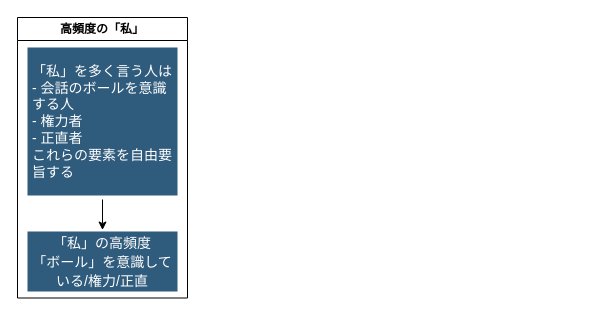
The draw.io diagram psy/read.drawio in minegishirei/draw_v1, before the edit. Source tidied: cells renumbered, new cells numbered last; positions are measured from the earlier drawing's top-left corner, leaving out a move shared by most shapes. Both pictures are drawn from the tidied source at 100%, with x=0, y=0 at pixel (17, 17).
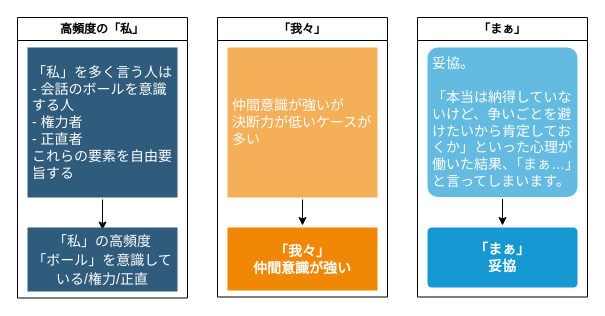
The same diagram, later.

Commit message (it also covers changes not shown here):
read.drawio を更新します

What changed in the source:
```diff
@@
 <mxGraphModel>
   <root>
     <mxCell id="0" />
     <mxCell id="1" parent="0" />
     <mxCell id="2" value="高頻度の「私」" style="swimlane;whiteSpace=wrap;html=1;" parent="1" vertex="1">
       <mxGeometry width="170" height="280.5" as="geometry" />
     </mxCell>
     <mxCell id="3" style="edgeStyle=orthogonalEdgeStyle;rounded=0;orthogonalLoop=1;jettySize=auto;html=1;entryX=0.5;entryY=0;entryDx=0;entryDy=0;" parent="2" edge="1">
       <mxGeometry relative="1" as="geometry">
         <mxPoint x="85" y="182" as="sourcePoint" />
         <mxPoint x="85" y="212.5" as="targetPoint" />
       </mxGeometry>
     </mxCell>
     <mxCell id="4" value="&lt;div style=&quot;border-color: var(--border-color);&quot;&gt;&lt;div style=&quot;border-color: var(--border-color);&quot;&gt;「私」を多く言う人は&lt;/div&gt;&lt;div style=&quot;border-color: var(--border-color);&quot;&gt;- 会話のボールを意識する人&lt;/div&gt;&lt;div style=&quot;border-color: var(--border-color);&quot;&gt;- 権力者&lt;/div&gt;&lt;div style=&quot;border-color: var(--border-color);&quot;&gt;- 正直者&lt;/div&gt;&lt;div style=&quot;border-color: var(--border-color);&quot;&gt;これらの要素を自由要旨する&lt;/div&gt;&lt;/div&gt;" style="rounded=1;whiteSpace=wrap;html=1;shadow=0;labelBackgroundColor=none;strokeColor=none;strokeWidth=3;fillColor=#2F5B7C;fontFamily=Helvetica;fontSize=14;fontColor=#FFFFFF;align=left;spacing=5;arcSize=0;perimeterSpacing=2;" parent="2" vertex="1">
-      <mxGeometry x="10" y="30" width="150" height="148" as="geometry" />
+      <mxGeometry x="10" y="30" width="150" height="150" as="geometry" />
     </mxCell>
     <mxCell id="5" value="&lt;span style=&quot;font-size: 14px; font-weight: 400;&quot;&gt;「私」の高頻度&lt;/span&gt;&lt;div&gt;&lt;span style=&quot;font-size: 14px; font-weight: 400;&quot;&gt;「ボール」を意識している/権力/正直&lt;/span&gt;&lt;br&gt;&lt;/div&gt;" style="rounded=1;whiteSpace=wrap;html=1;shadow=0;labelBackgroundColor=none;strokeColor=none;strokeWidth=3;fillColor=#2F5B7C;fontFamily=Helvetica;fontSize=16;fontColor=#FFFFFF;align=center;fontStyle=1;spacing=5;arcSize=0;perimeterSpacing=2;" parent="2" vertex="1">
-      <mxGeometry x="10" y="214" width="150" height="60" as="geometry" />
+      <mxGeometry x="10" y="210" width="150" height="64" as="geometry" />
     </mxCell>
+    <mxCell id="6" value="「我々」" style="swimlane;whiteSpace=wrap;html=1;" parent="1" vertex="1">
+      <mxGeometry x="200" width="170" height="279.5" as="geometry" />
+    </mxCell>
+    <mxCell id="7" value="&lt;div&gt;「我々」&lt;/div&gt;仲間意識が強い" style="rounded=1;whiteSpace=wrap;html=1;shadow=0;labelBackgroundColor=none;strokeColor=none;strokeWidth=3;fillColor=#F08705;fontFamily=Helvetica;fontSize=14;fontColor=#FFFFFF;align=center;spacing=5;fontStyle=1;arcSize=0;perimeterSpacing=2;" parent="6" vertex="1">
+      <mxGeometry x="10" y="210" width="150" height="63" as="geometry" />
+    </mxCell>
+    <mxCell id="8" style="edgeStyle=orthogonalEdgeStyle;rounded=0;jettySize=auto;html=1;" parent="6" edge="1" source="9" target="7">
+      <mxGeometry relative="1" as="geometry" />
+    </mxCell>
+    <mxCell id="9" value="仲間意識が強いが&lt;div&gt;決断力が低いケースが多い&lt;/div&gt;" style="rounded=1;whiteSpace=wrap;html=1;shadow=0;labelBackgroundColor=none;strokeColor=none;strokeWidth=3;fillColor=#f5af58;fontFamily=Helvetica;fontSize=14;fontColor=#FFFFFF;align=left;spacing=5;arcSize=0;perimeterSpacing=2;" parent="6" vertex="1">
+      <mxGeometry x="10" y="30" width="150" height="150" as="geometry" />
+    </mxCell>
+    <mxCell id="10" value="「まぁ」" style="swimlane;whiteSpace=wrap;html=1;" parent="1" vertex="1">
+      <mxGeometry x="400" width="170" height="279.5" as="geometry" />
+    </mxCell>
+    <mxCell id="11" value="「まぁ」&lt;br&gt;&lt;div&gt;妥協&lt;/div&gt;" style="rounded=1;whiteSpace=wrap;html=1;shadow=0;labelBackgroundColor=none;strokeColor=none;strokeWidth=3;fillColor=#1699d3;fontFamily=Helvetica;fontSize=14;fontColor=#FFFFFF;align=center;spacing=5;fontStyle=1;arcSize=7;perimeterSpacing=2;" parent="10" vertex="1">
+      <mxGeometry x="10" y="210" width="150" height="60" as="geometry" />
+    </mxCell>
+    <mxCell id="12" style="edgeStyle=orthogonalEdgeStyle;rounded=0;jettySize=auto;html=1;entryX=0.5;entryY=0;entryDx=0;entryDy=0;" parent="10" edge="1" source="13" target="11">
+      <mxGeometry relative="1" as="geometry" />
+    </mxCell>
+    <mxCell id="13" value="&lt;div&gt;妥協。&lt;/div&gt;&lt;div&gt;&lt;br&gt;&lt;/div&gt;&lt;div&gt;「本当は納得していないけど、争いごとを避けたいから肯定しておくか」といった心理が働いた結果、「まぁ…」と言ってしまいます。&lt;/div&gt;" style="rounded=1;whiteSpace=wrap;html=1;shadow=0;labelBackgroundColor=none;strokeColor=none;strokeWidth=3;fillColor=#64bbe2;fontFamily=Helvetica;fontSize=14;fontColor=#FFFFFF;align=left;spacing=5;arcSize=7;perimeterSpacing=2;" parent="10" vertex="1">
+      <mxGeometry x="10" y="30" width="150" height="149.5" as="geometry" />
+    </mxCell>
   </root>
 </mxGraphModel>
```
